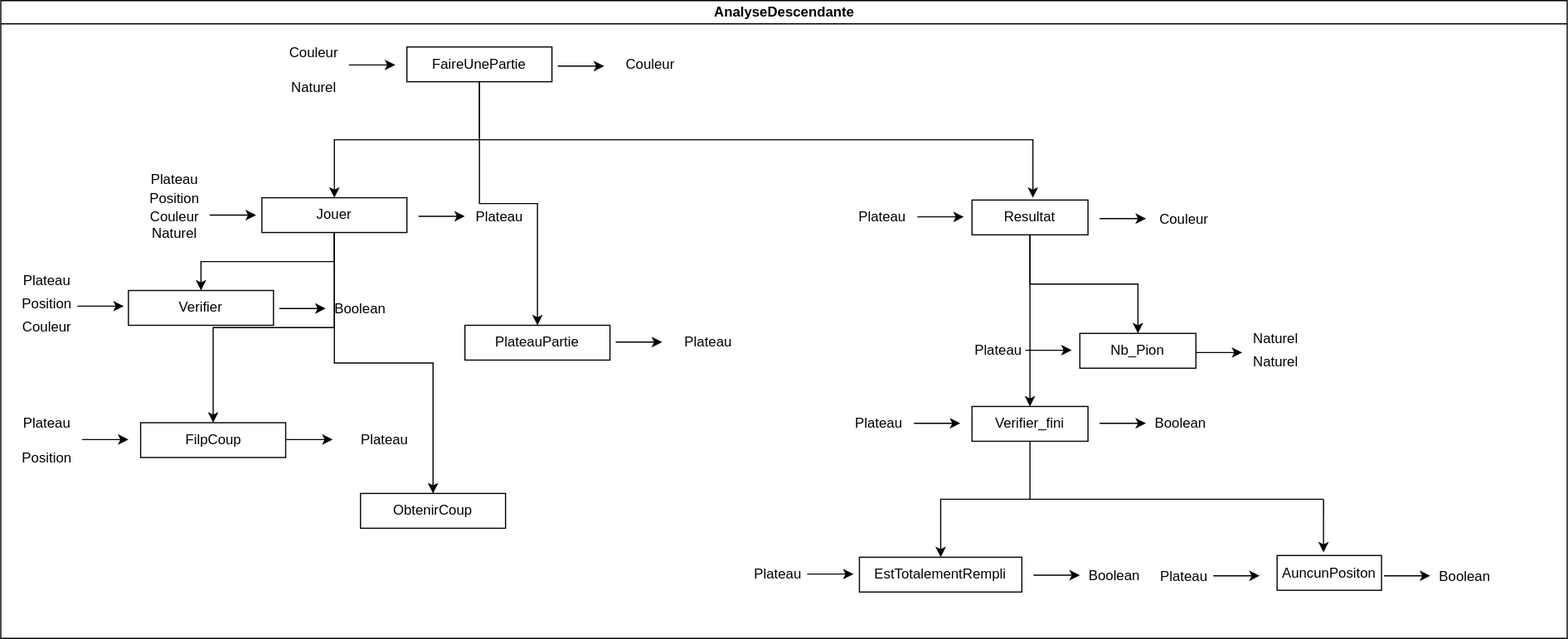
Above: rapport/analyse/FaireUnePartie.drawio.svg in Sachawski/othelloiti3 (draw.io), before the change. Source tidied: cells renumbered, new cells last; positions are measured from the earlier drawing's top-left corner, leaving out a move shared by most shapes.
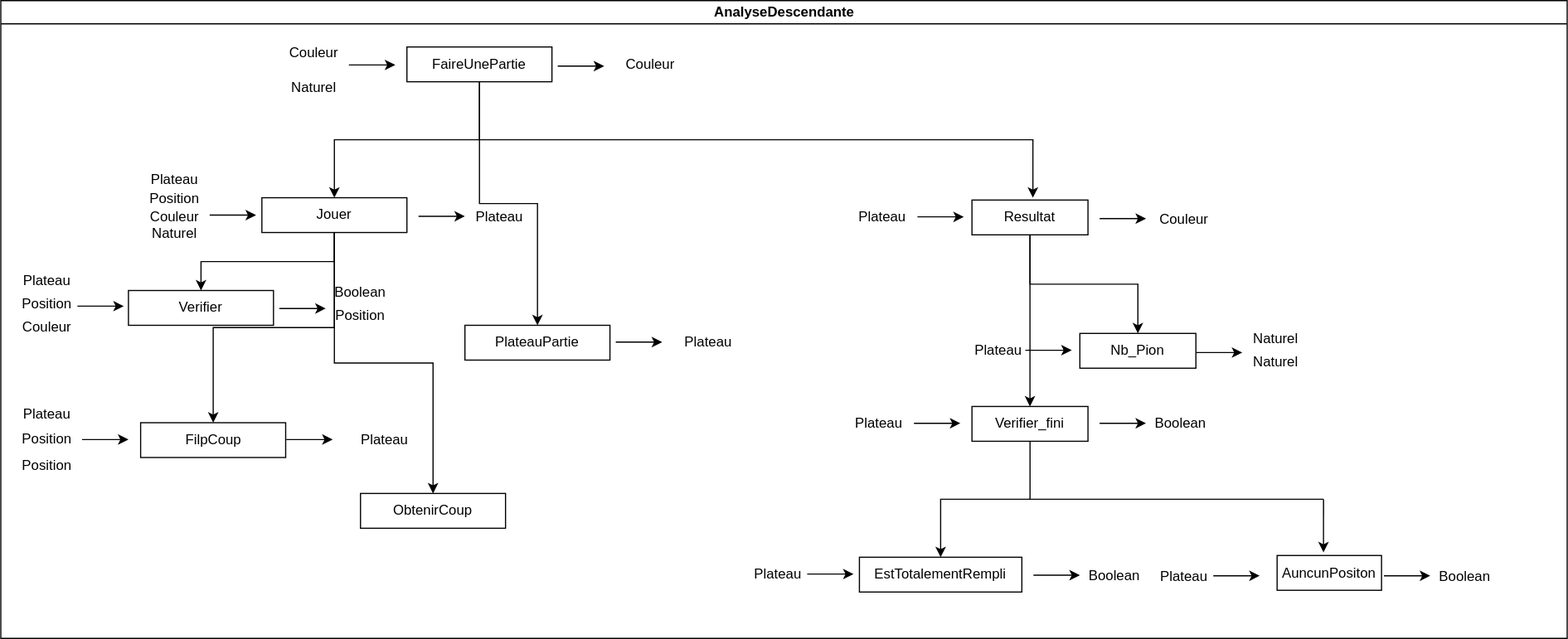
After the change.

What changed in the source:
```diff
@@ -60,7 +60,7 @@
       <mxGeometry x="10" y="227" width="60" height="30" as="geometry" />
     </mxCell>
     <mxCell id="17" value="Boolean" style="text;html=1;strokeColor=none;fillColor=none;align=center;verticalAlign=middle;whiteSpace=wrap;rounded=0;" parent="2" vertex="1">
-      <mxGeometry x="280" y="251" width="60" height="30" as="geometry" />
+      <mxGeometry x="280" y="237" width="60" height="30" as="geometry" />
     </mxCell>
     <mxCell id="18" style="endArrow=classic;html=1;rounded=0;" parent="2" edge="1">
       <mxGeometry relative="1" as="geometry">
@@ -90,7 +90,7 @@
       <mxGeometry x="120.5" y="364" width="125" height="30" as="geometry" />
     </mxCell>
     <mxCell id="26" value="Plateau" style="text;html=1;strokeColor=none;fillColor=none;align=center;verticalAlign=middle;whiteSpace=wrap;rounded=0;" parent="2" vertex="1">
-      <mxGeometry x="10" y="350" width="60" height="30" as="geometry" />
+      <mxGeometry x="10" y="342" width="60" height="30" as="geometry" />
     </mxCell>
     <mxCell id="27" value="&lt;span style=&quot;color: rgba(0 , 0 , 0 , 0) ; font-family: monospace ; font-size: 0px ; background-color: rgb(248 , 249 , 250)&quot;&gt;%3CmxGraphModel%3E%3Croot%3E%3CmxCell%20id%3D%220%22%2F%3E%3CmxCell%20id%3D%221%22%20parent%3D%220%22%2F%3E%3CmxCell%20id%3D%222%22%20value%3D%22%22%20style%3D%22endArrow%3Dclassic%3Bhtml%3D1%3Brounded%3D0%3B%22%20edge%3D%221%22%20parent%3D%221%22%3E%3CmxGeometry%20width%3D%2250%22%20height%3D%2250%22%20relative%3D%221%22%20as%3D%22geometry%22%3E%3CmxPoint%20x%3D%22474%22%20y%3D%22294.5%22%20as%3D%22sourcePoint%22%2F%3E%3CmxPoint%20x%3D%22514%22%20y%3D%22294.5%22%20as%3D%22targetPoint%22%2F%3E%3C%2FmxGeometry%3E%3C%2FmxCell%3E%3C%2Froot%3E%3C%2FmxGraphModel%3E&lt;/span&gt;" style="endArrow=classic;html=1;rounded=0;" parent="2" edge="1">
       <mxGeometry relative="1" as="geometry">
@@ -105,7 +105,7 @@
       </mxGeometry>
     </mxCell>
     <mxCell id="29" value="Position" style="text;html=1;strokeColor=none;fillColor=none;align=center;verticalAlign=middle;whiteSpace=wrap;rounded=0;" parent="2" vertex="1">
-      <mxGeometry x="10" y="380" width="60" height="30" as="geometry" />
+      <mxGeometry x="10" y="363" width="60" height="30" as="geometry" />
     </mxCell>
     <mxCell id="30" value="Plateau" style="text;html=1;strokeColor=none;fillColor=none;align=center;verticalAlign=middle;whiteSpace=wrap;rounded=0;" parent="2" vertex="1">
       <mxGeometry x="300.5" y="364" width="60" height="30" as="geometry" />
@@ -281,5 +281,11 @@
     <mxCell id="71" value="Couleur" style="text;html=1;strokeColor=none;fillColor=none;align=center;verticalAlign=middle;whiteSpace=wrap;rounded=0;" parent="2" vertex="1">
       <mxGeometry x="10" y="267" width="60" height="30" as="geometry" />
     </mxCell>
+    <mxCell id="72" value="Position" style="text;html=1;strokeColor=none;fillColor=none;align=center;verticalAlign=middle;whiteSpace=wrap;rounded=0;" parent="2" vertex="1">
+      <mxGeometry x="280" y="257" width="60" height="30" as="geometry" />
+    </mxCell>
+    <mxCell id="73" value="Position" style="text;html=1;strokeColor=none;fillColor=none;align=center;verticalAlign=middle;whiteSpace=wrap;rounded=0;" parent="2" vertex="1">
+      <mxGeometry x="10" y="386" width="60" height="30" as="geometry" />
+    </mxCell>
   </root>
 </mxGraphModel>
```
